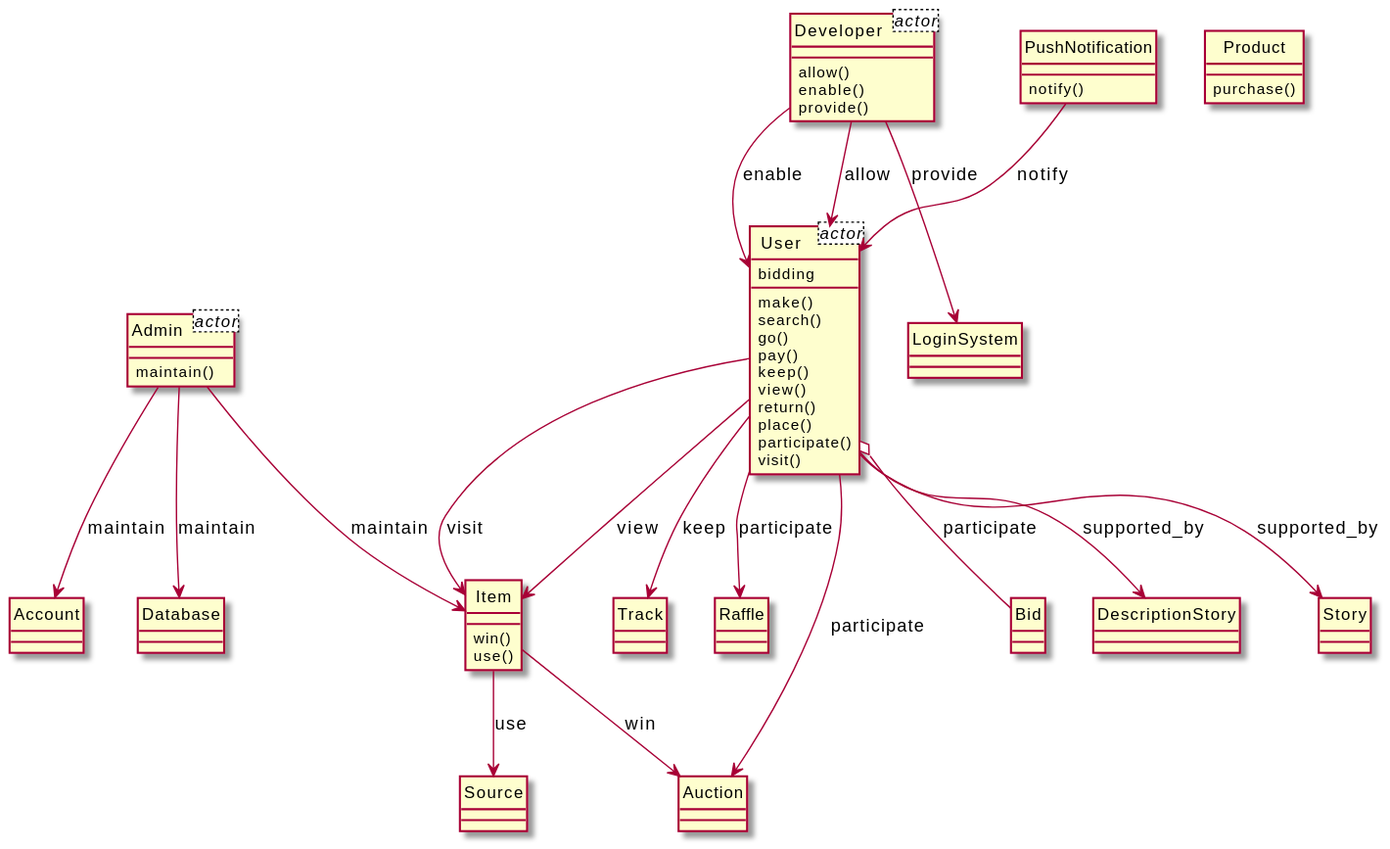
The PlantUML diagram output/diagram_5/2019-USC-Project09.svg in xixixhalu/DomainModelExtractor, before a commit.
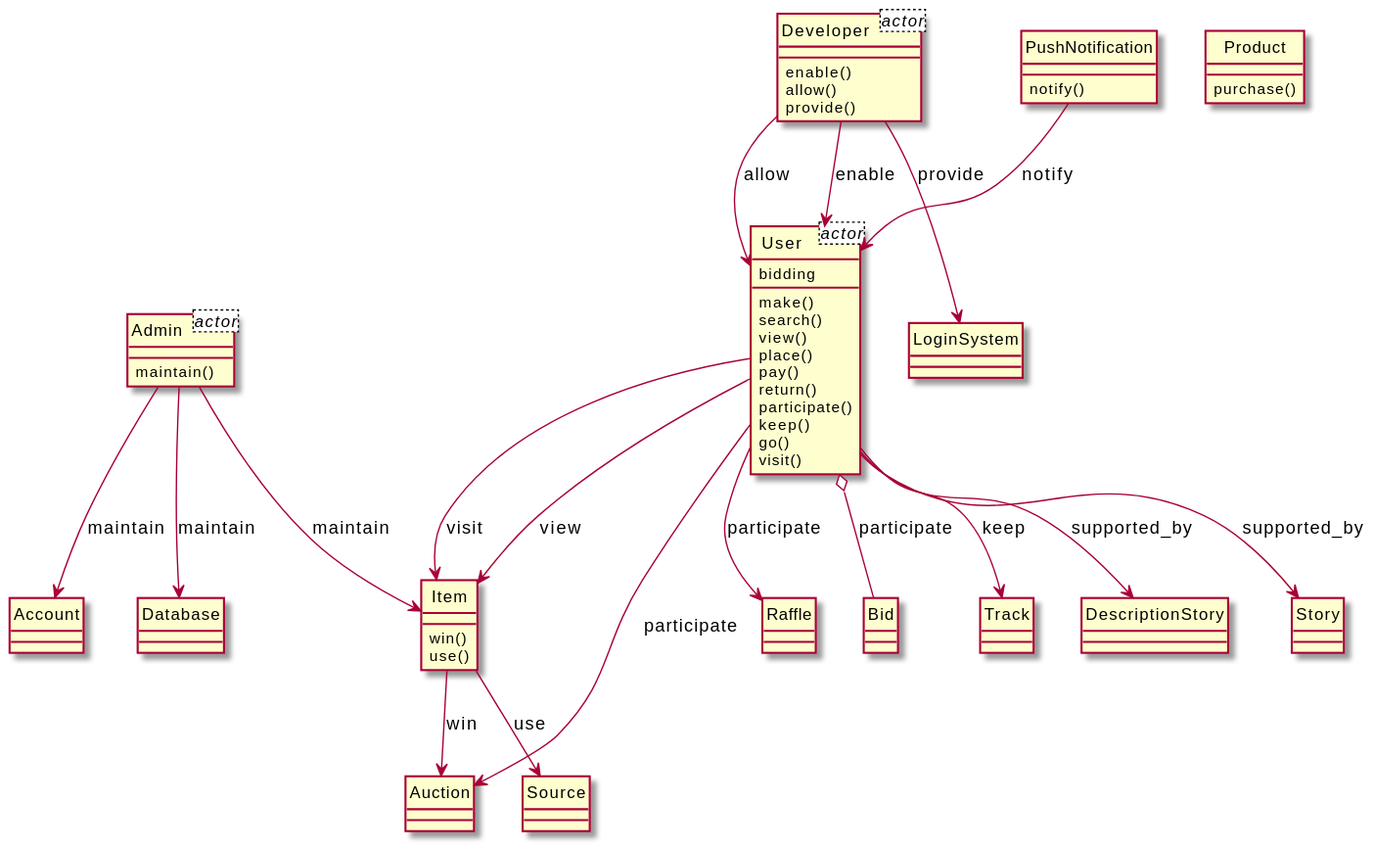
After the change.

The edit, as a diff of the source:
```diff
@@ -7,71 +7,71 @@
 }
 class Admin<actor> {
 }
-class Product {
-	purchase()
+class Developer {
+	enable()
+	allow()
+	provide()
 }
 class User {
 	make()
 	search()
+	view()
+	place()
+	pay()
+	return()
+	participate()
+	keep()
 	go()
-	pay()
-	keep()
-	view()
-	return()
-	place()
-	participate()
 	visit()
 }
-class Developer {
-	allow()
-	enable()
-	provide()
+class Auction {
 }
-class LoginSystem {
+class Raffle {
 }
 class Admin {
 	maintain()
 }
-class Item {
-	win()
-	use()
-}
-class Source {
-}
-class Track {
-}
 class Account {
-}
-class Raffle {
-}
-class Auction {
-}
-class Database {
 }
 class Bid {
 }
 class PushNotification {
 	notify()
 }
+class Item {
+	win()
+	use()
+}
+class Database {
+}
+class Source {
+}
+class LoginSystem {
+}
+class Track {
+}
+class Product {
+	purchase()
+}
 class DescriptionStory {
 }
 class Story {
 }
 Admin --> Account : maintain
+User --> Item : visit
+User --> Auction : participate
+User --> DescriptionStory : supported_by
+Admin --> Item : maintain
+Item --> Source : use
+Developer --> User : allow
+Item --> Auction : win
+User o-- Bid : participate
+Developer --> LoginSystem : provide
+User --> Raffle : participate
+User --> Story : supported_by
+User --> Item : view
 PushNotification --> User : notify
-Item --> Source : use
-User --> Item : visit
-Developer --> LoginSystem : provide
-User --> DescriptionStory : supported_by
-User --> Item : view
-User o-- Bid : participate
 Developer --> User : enable
-Developer --> User : allow
 User --> Track : keep
-Item --> Auction : win
-User --> Story : supported_by
-User --> Auction : participate
-Admin --> Item : maintain
 Admin --> Database : maintain
-User --> Raffle : participate
 @enduml
```
